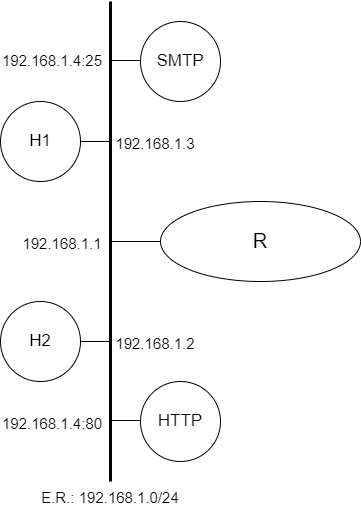
The draw.io diagram docs/img/topologia_experimento3.png in markinlimac/monografia-redes, before a commit. Source tidied: cells renumbered, new cells last; positions are measured from the earlier drawing's top-left corner, leaving out a move shared by most shapes.
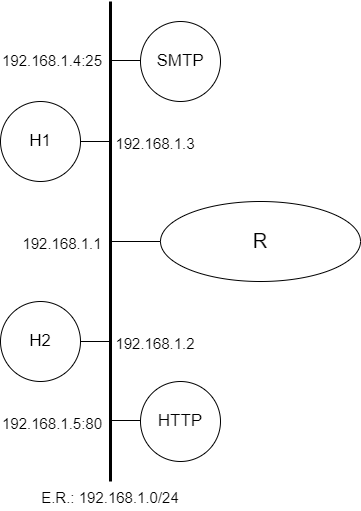
Later version of the same file.

Diff of the diagram source:
```diff
@@ -67,7 +67,7 @@
         <mxPoint x="140" y="419" as="targetPoint" />
       </mxGeometry>
     </mxCell>
-    <mxCell id="18" value="&lt;font style=&quot;font-size: 15px;&quot;&gt;192.168.1.4:80&lt;br&gt;&lt;/font&gt;" style="text;html=1;strokeColor=none;fillColor=none;align=center;verticalAlign=middle;whiteSpace=wrap;rounded=0;fontSize=20;" parent="1" vertex="1">
+    <mxCell id="18" value="&lt;font style=&quot;font-size: 15px;&quot;&gt;192.168.1.5:80&lt;br&gt;&lt;/font&gt;" style="text;html=1;strokeColor=none;fillColor=none;align=center;verticalAlign=middle;whiteSpace=wrap;rounded=0;fontSize=20;" parent="1" vertex="1">
       <mxGeometry x="12" y="405" width="80" height="30" as="geometry" />
     </mxCell>
   </root>
```
